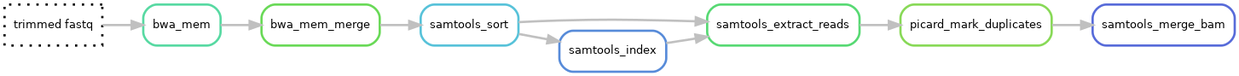
This is docs/images/alignment.png from genomic-medicine-sweden/Twist_Solid, a Graphviz export, as it was before one commit. Its source is kept beside it as docs/images/alignment.dot.
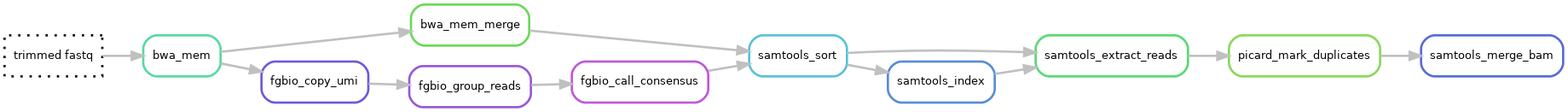
The same file after the commit.

Diff of the diagram source:
```diff
@@ -19,4 +19,13 @@
 	5 -> 4
 	3 -> 7
 	8 -> 5
+
+	20[label = "fgbio_copy_umi", color = "0.70 0.6 0.85", style="rounded"];
+	21[label = "fgbio_group_reads", color = "0.75 0.6 0.85", style="rounded"];
+	22[label = "fgbio_call_consensus", color = "0.80 0.6 0.85", style="rounded"];
+
+	5 -> 20
+	20 -> 21
+	21 -> 22
+	22 -> 3
 }
```
